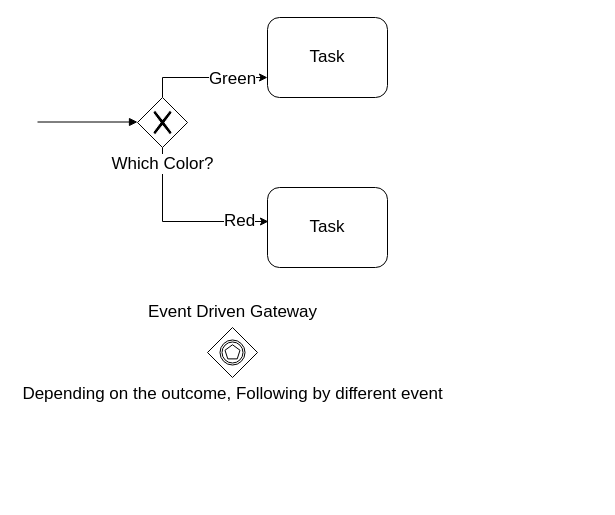
Earlier version of the draw.io diagram page "Event-Driven Gateway" (3 of 4) of Events.drawio (cynthiawsy/BPMN). Source tidied: cells renumbered, new cells numbered last; positions are measured from the earlier drawing's top-left corner, leaving out a move shared by most shapes. Both pictures are drawn from the tidied source at 100%, with x=0, y=0 at pixel (37, 17).
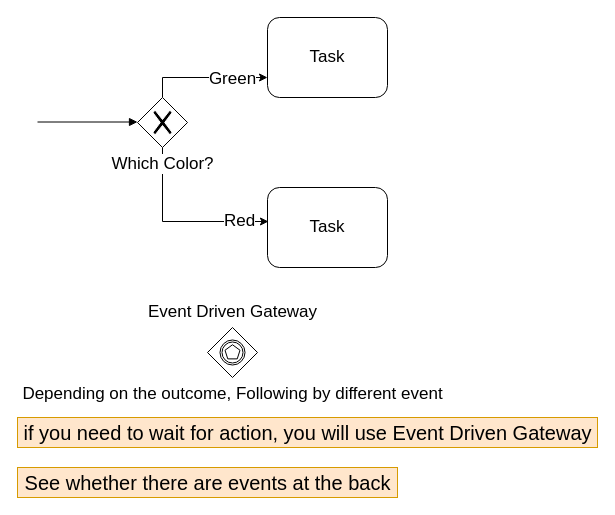
After the change.

Change to the diagram source:
```diff
@@
 <mxGraphModel>
   <root>
     <mxCell id="0" />
     <mxCell id="1" parent="0" />
     <mxCell id="2" style="edgeStyle=orthogonalEdgeStyle;rounded=0;jettySize=auto;html=1;exitX=0.5;exitY=0;exitDx=0;exitDy=0;entryX=0;entryY=0.75;entryDx=0;entryDy=0;fontSize=17;" parent="1" edge="1" source="6" target="7">
       <mxGeometry relative="1" as="geometry" />
     </mxCell>
     <mxCell id="3" value="Green" style="edgeLabel;html=1;align=center;verticalAlign=middle;fontSize=17;" parent="2" vertex="1">
       <mxGeometry x="0.42" y="-1" relative="1" as="geometry" />
     </mxCell>
     <mxCell id="4" style="edgeStyle=orthogonalEdgeStyle;rounded=0;jettySize=auto;html=1;exitX=0.5;exitY=1;exitDx=0;exitDy=0;entryX=0.008;entryY=0.425;entryDx=0;entryDy=0;entryPerimeter=0;fontSize=17;" parent="1" edge="1" source="6" target="8">
       <mxGeometry relative="1" as="geometry" />
     </mxCell>
     <mxCell id="5" value="Red" style="edgeLabel;html=1;align=center;verticalAlign=middle;fontSize=17;" parent="4" vertex="1">
       <mxGeometry x="0.67" y="1" relative="1" as="geometry" />
     </mxCell>
     <mxCell id="6" value="Which Color?" style="shape=mxgraph.bpmn.shape;html=1;verticalLabelPosition=bottom;labelBackgroundColor=#ffffff;verticalAlign=top;align=center;perimeter=rhombusPerimeter;background=gateway;outlineConnect=0;outline=none;symbol=exclusiveGw;fontSize=17;" parent="1" vertex="1">
       <mxGeometry x="100" y="80" width="50" height="50" as="geometry" />
     </mxCell>
     <mxCell id="7" value="Task" style="shape=ext;rounded=1;html=1;whiteSpace=wrap;fontSize=17;" parent="1" vertex="1">
       <mxGeometry x="230" width="120" height="80" as="geometry" />
     </mxCell>
     <mxCell id="8" value="Task" style="shape=ext;rounded=1;html=1;whiteSpace=wrap;fontSize=17;" parent="1" vertex="1">
       <mxGeometry x="230" y="170" width="120" height="80" as="geometry" />
     </mxCell>
     <mxCell id="9" style="endArrow=block;endFill=1;endSize=6;html=1;fontSize=17;" parent="1" edge="1">
       <mxGeometry relative="1" as="geometry">
         <mxPoint y="104.5" as="sourcePoint" />
         <mxPoint x="100" y="104.5" as="targetPoint" />
       </mxGeometry>
     </mxCell>
     <mxCell id="10" value="Depending on the outcome, Following by different event" style="shape=mxgraph.bpmn.shape;html=1;verticalLabelPosition=bottom;labelBackgroundColor=#ffffff;verticalAlign=top;align=center;perimeter=rhombusPerimeter;background=gateway;outline=catching;symbol=multiple;fontSize=17;" parent="1" vertex="1">
       <mxGeometry x="170" y="310" width="50" height="50" as="geometry" />
     </mxCell>
     <mxCell id="11" value="Event Driven Gateway" style="text;html=1;align=center;verticalAlign=middle;fontSize=17;" parent="1" vertex="1">
       <mxGeometry x="105" y="280" width="180" height="30" as="geometry" />
     </mxCell>
+    <mxCell id="12" value="if you need to wait for action, you will use Event Driven Gateway" style="text;html=1;align=center;verticalAlign=middle;fontSize=20;fillColor=#ffe6cc;strokeColor=#d79b00;" parent="1" vertex="1">
+      <mxGeometry x="-20" y="400" width="580" height="30" as="geometry" />
+    </mxCell>
+    <mxCell id="13" value="See whether there are events at the back" style="text;html=1;align=center;verticalAlign=middle;fontSize=20;fillColor=#ffe6cc;strokeColor=#d79b00;" parent="1" vertex="1">
+      <mxGeometry x="-20" y="450" width="380" height="30" as="geometry" />
+    </mxCell>
   </root>
 </mxGraphModel>
```
